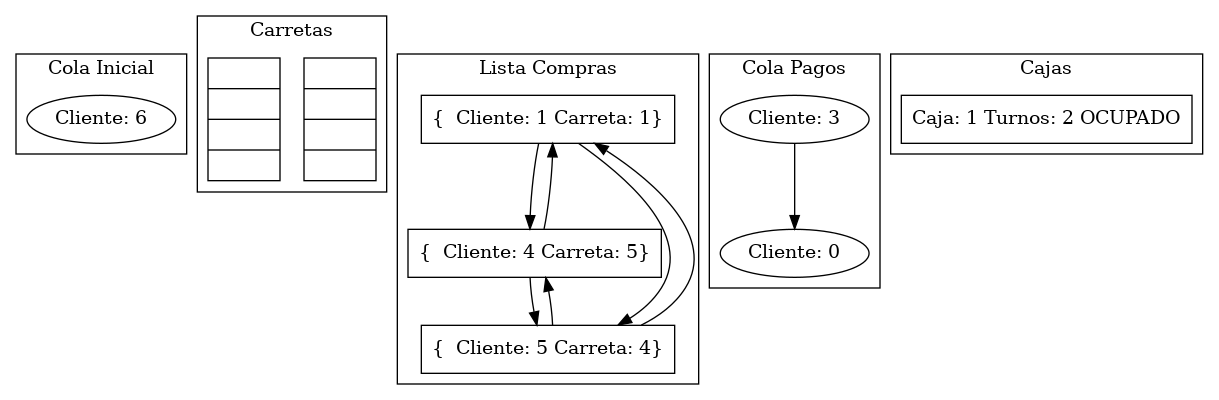
waliray123/practica1Estructuras keeps this Graphviz diagram as grafico.png. Above is the earlier version. Its source is kept beside it as grafico.dot.
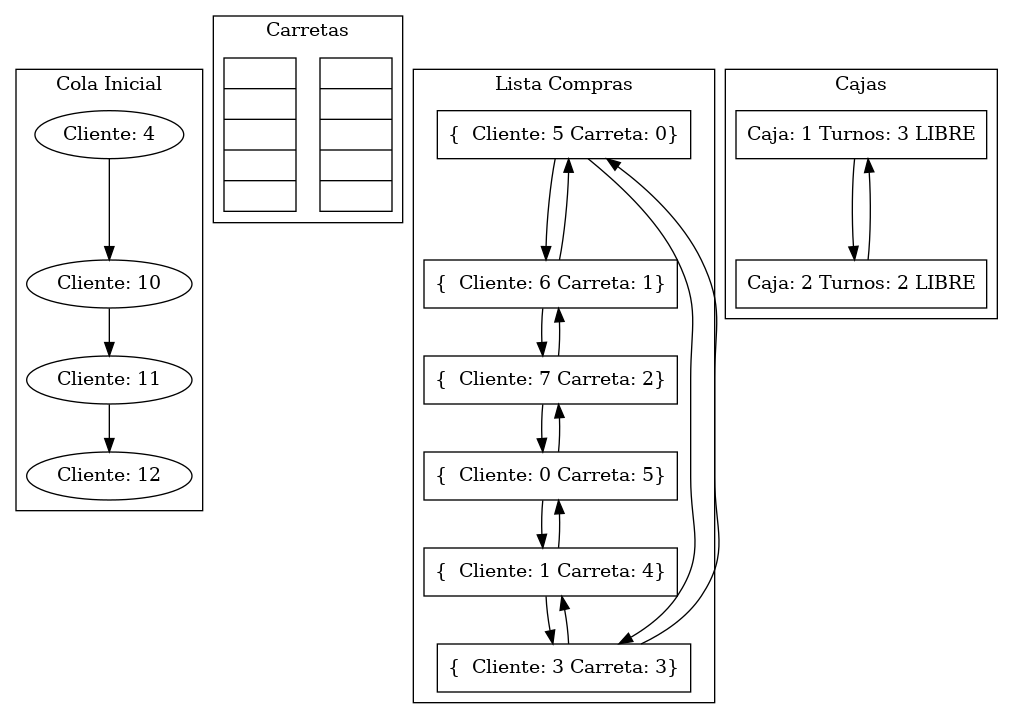
After the change.

The edit, as a diff of the source:
```diff
@@ -1,33 +1,48 @@
 digraph G {
 subgraph cluster_1 {
 label = "Cola Inicial"
-nodeCI0 [shape=oval, label="Cliente: 6"];
+nodeCI0 [shape=oval, label="Cliente: 4"];
+nodeCI1 [shape=oval, label="Cliente: 10"];
+nodeCI2 [shape=oval, label="Cliente: 11"];
+nodeCI3 [shape=oval, label="Cliente: 12"];
+nodeCI0 -> nodeCI1;
+nodeCI1 -> nodeCI2;
+nodeCI2 -> nodeCI3;
 }
 subgraph cluster_2 {
 label = "Carretas"
-nodeP1 [shape=record, label="{ |||}"];
-nodeP2 [shape=record, label="{ |||}"];
+nodeP1 [shape=record, label="{ ||||}"];
+nodeP2 [shape=record, label="{ ||||}"];
 }
 subgraph cluster_3 {
 label = "Lista Compras"
-nodeL0 [shape=box, label="{  Cliente: 1 Carreta: 1}"];
-nodeL1 [shape=box, label="{  Cliente: 4 Carreta: 5}"];
-nodeL2 [shape=box, label="{  Cliente: 5 Carreta: 4}"];
+nodeL0 [shape=box, label="{  Cliente: 5 Carreta: 0}"];
+nodeL1 [shape=box, label="{  Cliente: 6 Carreta: 1}"];
+nodeL2 [shape=box, label="{  Cliente: 7 Carreta: 2}"];
+nodeL3 [shape=box, label="{  Cliente: 0 Carreta: 5}"];
+nodeL4 [shape=box, label="{  Cliente: 1 Carreta: 4}"];
+nodeL5 [shape=box, label="{  Cliente: 3 Carreta: 3}"];
 nodeL0 -> nodeL1;
 nodeL1 -> nodeL2;
-nodeL2 -> nodeL0;
+nodeL2 -> nodeL3;
+nodeL3 -> nodeL4;
+nodeL4 -> nodeL5;
+nodeL5 -> nodeL0;
+nodeL5 -> nodeL4;
+nodeL4 -> nodeL3;
+nodeL3 -> nodeL2;
 nodeL2 -> nodeL1;
 nodeL1 -> nodeL0;
-nodeL0 -> nodeL2;
+nodeL0 -> nodeL5;
 }
 subgraph cluster_4 {
 label = "Cola Pagos"
-nodeCP0 [shape=oval, label="Cliente: 3"];
-nodeCP1 [shape=oval, label="Cliente: 0"];
-nodeCP0 -> nodeCP1;
 }
 subgraph cluster_5 {
 label = "Cajas"
-nodeCA0 [shape=box, label="Caja: 1 Turnos: 2 OCUPADO"];
+nodeCA0 [shape=box, label="Caja: 1 Turnos: 3 LIBRE"];
+nodeCA1 [shape=box, label="Caja: 2 Turnos: 2 LIBRE"];
+nodeCA0 -> nodeCA1;
+nodeCA1 -> nodeCA0;
 }
 }
```
